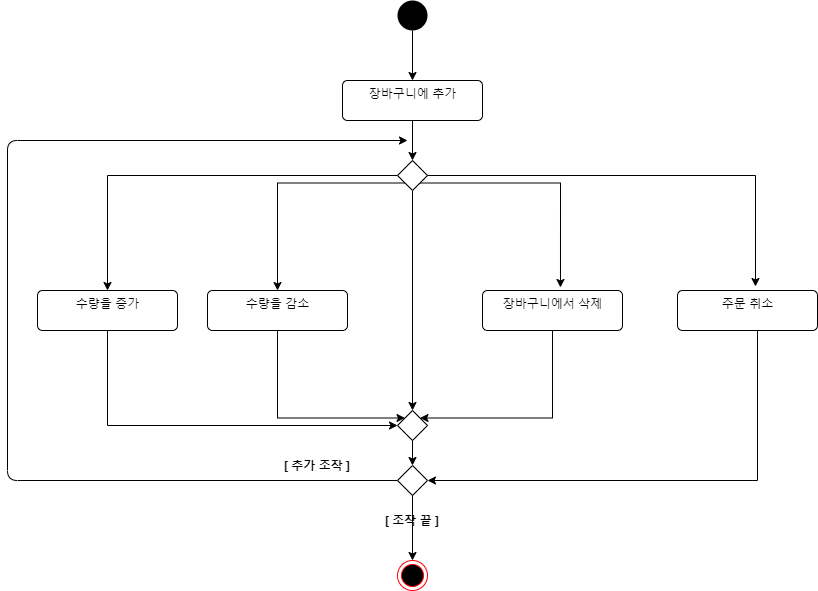
Above: 상세명세서/Functional Model/activity diagram/Manage Cart.png in distroytest/KNUSD-20202-Team05 (draw.io), before the change. Source tidied: cells renumbered, new cells last; positions are measured from the earlier drawing's top-left corner, leaving out a move shared by most shapes.
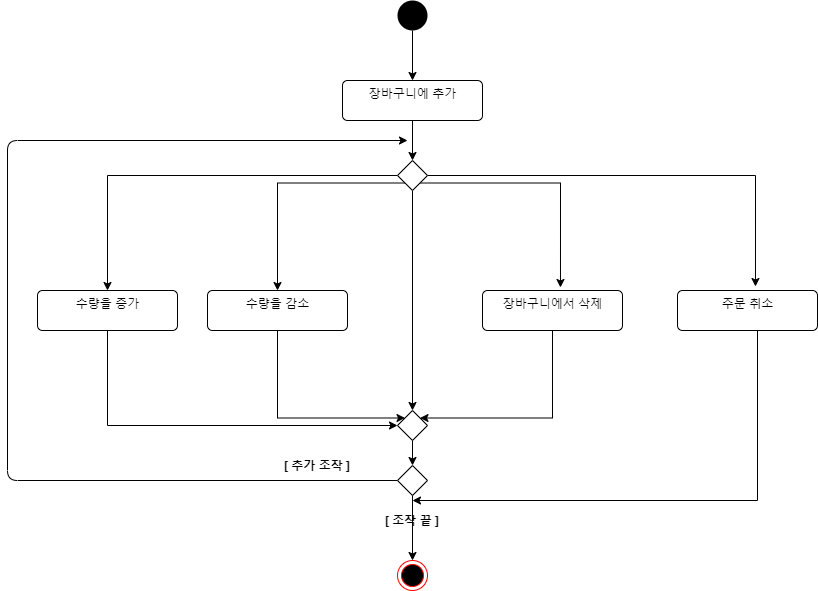
The same file after the commit.

Diff of the diagram source:
```diff
@@ -62,10 +62,11 @@
     <mxCell id="17" value="장바구니에서 삭제" style="html=1;align=center;verticalAlign=top;rounded=1;absoluteArcSize=1;arcSize=10;dashed=0;" parent="1" vertex="1">
       <mxGeometry x="475" y="290" width="140" height="40" as="geometry" />
     </mxCell>
-    <mxCell id="18" style="edgeStyle=orthogonalEdgeStyle;rounded=0;jettySize=auto;html=1;entryX=1;entryY=0.5;entryDx=0;entryDy=0;" parent="1" edge="1" source="19" target="27">
+    <mxCell id="18" style="edgeStyle=orthogonalEdgeStyle;rounded=0;jettySize=auto;html=1;" parent="1" edge="1" source="19">
       <mxGeometry relative="1" as="geometry">
+        <mxPoint x="405" y="500" as="targetPoint" />
         <Array as="points">
-          <mxPoint x="750" y="480" />
+          <mxPoint x="750" y="500" />
         </Array>
       </mxGeometry>
     </mxCell>
```
